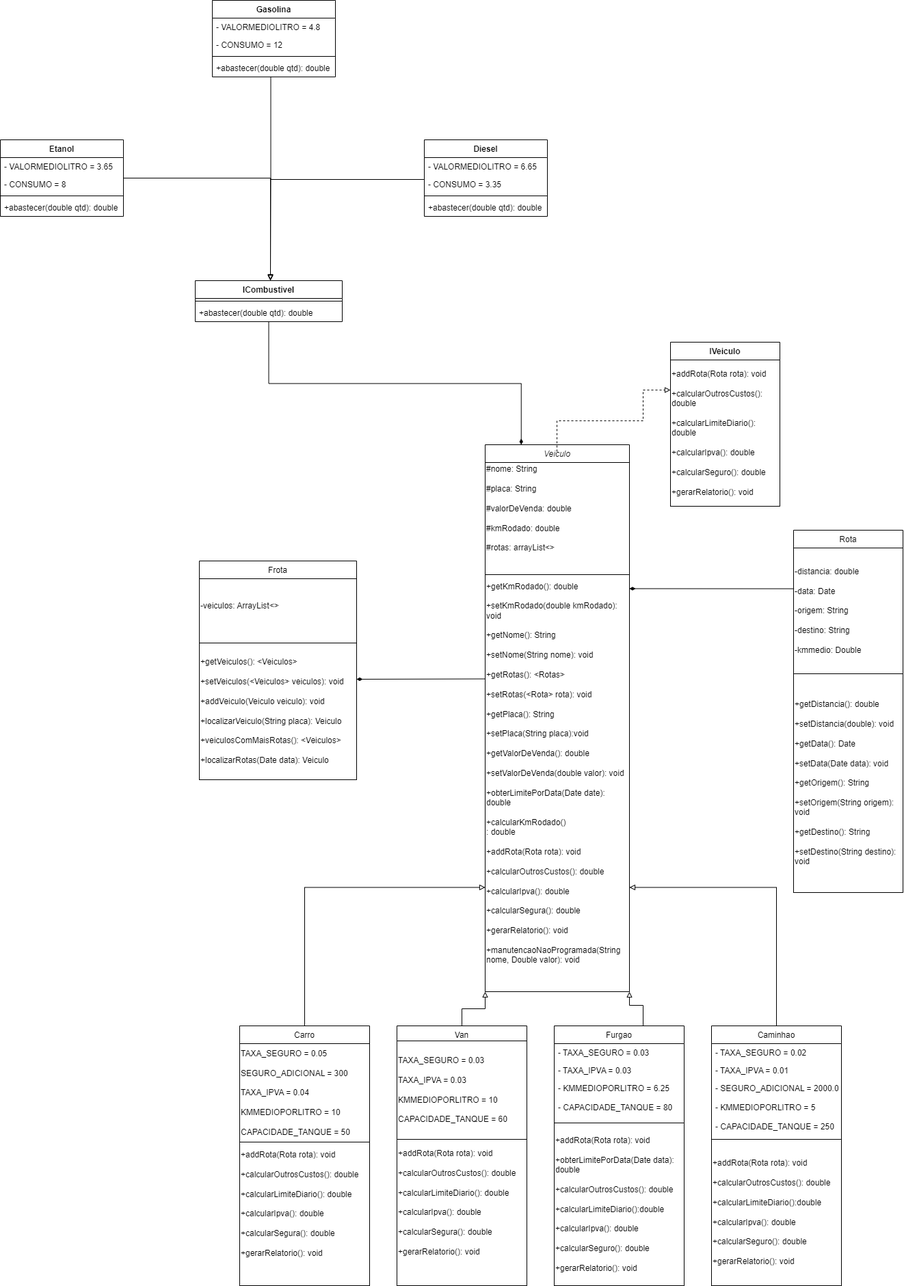
DisciplinasProgramacao/projetos-3-4-5-grupo-8 keeps this draw.io diagram as docs/diagramas/Diagrama de Classes 4.png. Above is the earlier version. Source tidied: cells renumbered, new cells last; positions are measured from the earlier drawing's top-left corner, leaving out a move shared by most shapes.
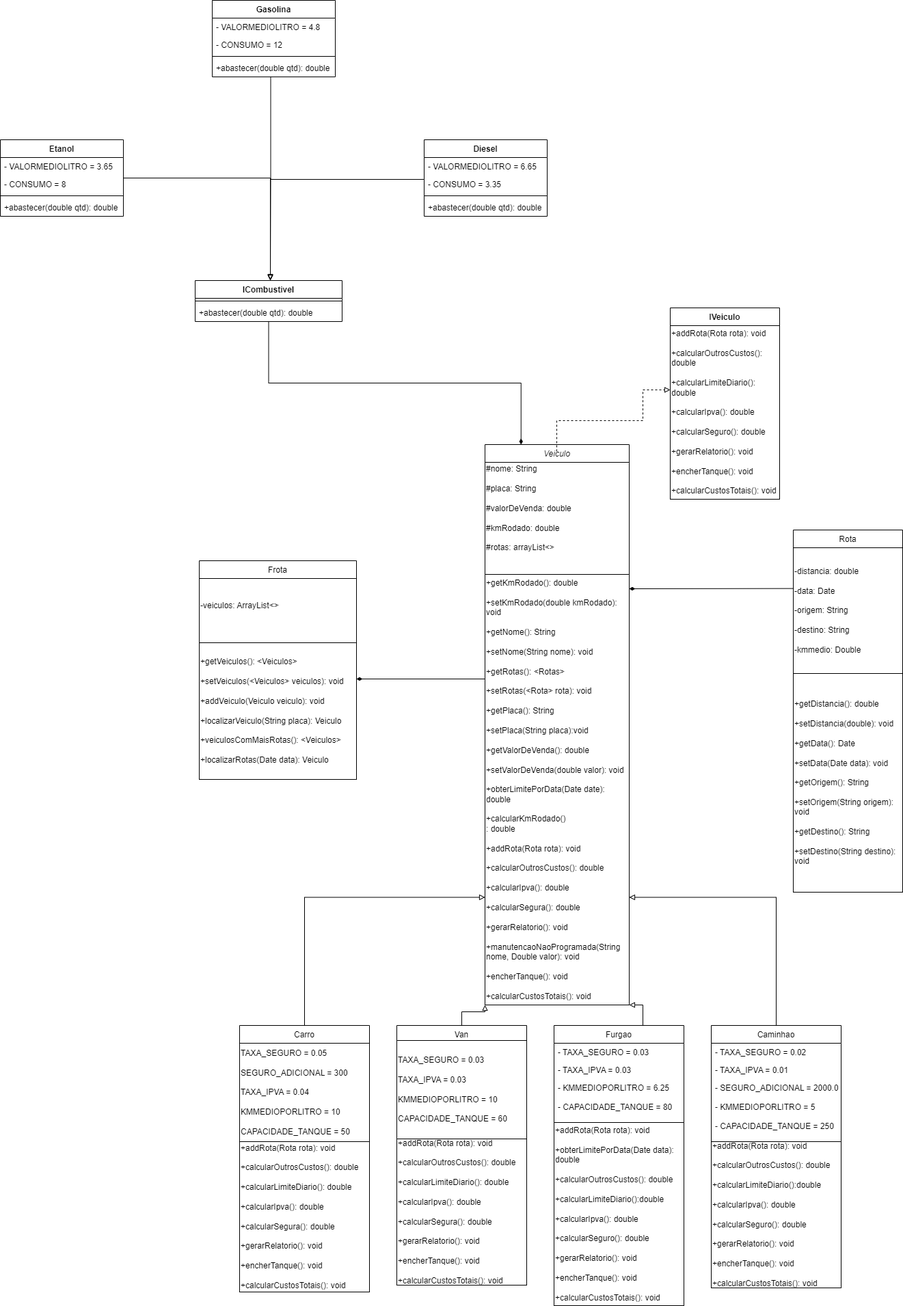
After the commit.

Commit message:
atualizando diagrama

The edit, as a diff of the source:
```diff
@@ -3,13 +3,13 @@
     <mxCell id="0" />
     <mxCell id="1" parent="0" />
     <mxCell id="2" value="Veiculo" style="swimlane;fontStyle=2;align=center;verticalAlign=top;horizontal=1;startSize=26;rounded=0;shadow=0;strokeWidth=1;" parent="1" vertex="1">
-      <mxGeometry x="709" y="650" width="211" height="800" as="geometry" />
+      <mxGeometry x="709" y="650" width="211" height="820" as="geometry" />
     </mxCell>
     <mxCell id="3" value="&lt;div&gt;#nome: String&lt;/div&gt;&lt;div&gt;&lt;br&gt;&lt;/div&gt;&lt;div&gt;#placa: String&lt;/div&gt;&lt;div&gt;&lt;br&gt;&lt;/div&gt;&lt;div&gt;#valorDeVenda: double&lt;/div&gt;&lt;div&gt;&lt;br&gt;&lt;/div&gt;&lt;div&gt;#kmRodado: double&lt;/div&gt;&lt;div&gt;&lt;br&gt;&lt;/div&gt;&lt;div&gt;#rotas: arrayList&amp;lt;&amp;gt;&lt;br&gt;&lt;/div&gt;&lt;div&gt;&lt;br&gt;&lt;/div&gt;&lt;div&gt;&lt;br&gt;&lt;/div&gt;" style="rounded=0;whiteSpace=wrap;html=1;align=left;" parent="2" vertex="1">
       <mxGeometry y="26" width="211" height="164" as="geometry" />
     </mxCell>
-    <mxCell id="4" value="&lt;div&gt;+getKmRodado(): double&lt;/div&gt;&lt;div&gt;&lt;br&gt;&lt;/div&gt;&lt;div&gt;+setKmRodado(double kmRodado): void&lt;/div&gt;&lt;div&gt;&lt;br&gt;&lt;/div&gt;&lt;div&gt;+getNome(): String&lt;/div&gt;&lt;div&gt;&lt;br&gt;&lt;/div&gt;&lt;div&gt;+setNome(String nome): void&lt;/div&gt;&lt;div&gt;&lt;br&gt;&lt;/div&gt;&lt;div&gt;+getRotas(): &amp;lt;Rotas&amp;gt;&lt;/div&gt;&lt;div&gt;&lt;br&gt;&lt;/div&gt;&lt;div&gt;+setRotas(&amp;lt;Rota&amp;gt; rota): void&lt;/div&gt;&lt;div&gt;&lt;br&gt;&lt;/div&gt;&lt;div&gt;+getPlaca(): String&lt;/div&gt;&lt;div&gt;&lt;br&gt;&lt;/div&gt;&lt;div&gt;+setPlaca(String placa):void&lt;/div&gt;&lt;div&gt;&lt;br&gt;&lt;/div&gt;&lt;div&gt;+getValorDeVenda(): double&lt;/div&gt;&lt;div&gt;&lt;br&gt;&lt;/div&gt;&lt;div&gt;+setValorDeVenda(double valor): void&lt;/div&gt;&lt;div&gt;&lt;br&gt;&lt;/div&gt;&lt;div&gt;+obterLimitePorData(Date date): double&lt;/div&gt;&lt;div&gt;&lt;br&gt;&lt;/div&gt;&lt;div&gt;+calcularKmRodado()&lt;br&gt;&lt;/div&gt;&lt;div&gt;: double&lt;/div&gt;&lt;div&gt;&lt;br&gt;&lt;/div&gt;&lt;div&gt;+addRota(Rota rota): void&lt;/div&gt;&lt;div&gt;&lt;br&gt;&lt;/div&gt;&lt;div&gt;+calcularOutrosCustos(): double&lt;/div&gt;&lt;div&gt;&lt;br&gt;&lt;/div&gt;&lt;div&gt;+calcularIpva(): double&lt;/div&gt;&lt;div&gt;&lt;br&gt;&lt;/div&gt;&lt;div&gt;+calcularSegura(): double&lt;/div&gt;&lt;div&gt;&lt;br&gt;&lt;/div&gt;&lt;div&gt;+gerarRelatorio(): void&lt;br&gt;&lt;/div&gt;&lt;div&gt;&lt;br&gt;&lt;/div&gt;&lt;div&gt;+manutencaoNaoProgramada(String nome, Double valor): void&amp;nbsp;&lt;/div&gt;&lt;div&gt;&lt;br&gt;&lt;/div&gt;&lt;div&gt;&lt;br&gt;&lt;/div&gt;" style="rounded=0;whiteSpace=wrap;html=1;align=left;" parent="2" vertex="1">
-      <mxGeometry y="190" width="211" height="610" as="geometry" />
+    <mxCell id="4" value="&lt;div&gt;+getKmRodado(): double&lt;/div&gt;&lt;div&gt;&lt;br&gt;&lt;/div&gt;&lt;div&gt;+setKmRodado(double kmRodado): void&lt;/div&gt;&lt;div&gt;&lt;br&gt;&lt;/div&gt;&lt;div&gt;+getNome(): String&lt;/div&gt;&lt;div&gt;&lt;br&gt;&lt;/div&gt;&lt;div&gt;+setNome(String nome): void&lt;/div&gt;&lt;div&gt;&lt;br&gt;&lt;/div&gt;&lt;div&gt;+getRotas(): &amp;lt;Rotas&amp;gt;&lt;/div&gt;&lt;div&gt;&lt;br&gt;&lt;/div&gt;&lt;div&gt;+setRotas(&amp;lt;Rota&amp;gt; rota): void&lt;/div&gt;&lt;div&gt;&lt;br&gt;&lt;/div&gt;&lt;div&gt;+getPlaca(): String&lt;/div&gt;&lt;div&gt;&lt;br&gt;&lt;/div&gt;&lt;div&gt;+setPlaca(String placa):void&lt;/div&gt;&lt;div&gt;&lt;br&gt;&lt;/div&gt;&lt;div&gt;+getValorDeVenda(): double&lt;/div&gt;&lt;div&gt;&lt;br&gt;&lt;/div&gt;&lt;div&gt;+setValorDeVenda(double valor): void&lt;/div&gt;&lt;div&gt;&lt;br&gt;&lt;/div&gt;&lt;div&gt;+obterLimitePorData(Date date): double&lt;/div&gt;&lt;div&gt;&lt;br&gt;&lt;/div&gt;&lt;div&gt;+calcularKmRodado()&lt;br&gt;&lt;/div&gt;&lt;div&gt;: double&lt;/div&gt;&lt;div&gt;&lt;br&gt;&lt;/div&gt;&lt;div&gt;+addRota(Rota rota): void&lt;/div&gt;&lt;div&gt;&lt;br&gt;&lt;/div&gt;&lt;div&gt;+calcularOutrosCustos(): double&lt;/div&gt;&lt;div&gt;&lt;br&gt;&lt;/div&gt;&lt;div&gt;+calcularIpva(): double&lt;/div&gt;&lt;div&gt;&lt;br&gt;&lt;/div&gt;&lt;div&gt;+calcularSegura(): double&lt;/div&gt;&lt;div&gt;&lt;br&gt;&lt;/div&gt;&lt;div&gt;+gerarRelatorio(): void&lt;br&gt;&lt;/div&gt;&lt;div&gt;&lt;br&gt;&lt;/div&gt;&lt;div&gt;+manutencaoNaoProgramada(String nome, Double valor): void&amp;nbsp;&lt;/div&gt;&lt;div&gt;&lt;br&gt;&lt;/div&gt;&lt;div&gt;+encherTanque(): void&lt;br&gt;&lt;/div&gt;&lt;div&gt;&lt;br&gt;&lt;/div&gt;&lt;div&gt;+calcularCustosTotais(): void&lt;br&gt;&lt;/div&gt;" style="rounded=0;whiteSpace=wrap;html=1;align=left;" parent="2" vertex="1">
+      <mxGeometry y="190" width="211" height="630" as="geometry" />
     </mxCell>
     <mxCell id="5" value="Rota" style="swimlane;fontStyle=0;align=center;verticalAlign=top;horizontal=1;startSize=26;rounded=0;shadow=0;strokeWidth=1;" parent="1" vertex="1">
       <mxGeometry x="1160" y="775" width="160" height="210" as="geometry" />
@@ -29,10 +29,10 @@
       <mxGeometry x="580" y="1500" width="190" height="52" as="geometry" />
     </mxCell>
     <mxCell id="10" value="IVeiculo" style="swimlane;fontStyle=1;align=center;verticalAlign=top;horizontal=1;startSize=26;fillColor=none;" parent="1" vertex="1">
-      <mxGeometry x="980" y="500" width="160" height="240" as="geometry" />
+      <mxGeometry x="980" y="450" width="160" height="280" as="geometry" />
     </mxCell>
-    <mxCell id="11" value="+addRota(Rota rota): void&lt;br&gt;&lt;div&gt;&amp;nbsp;&amp;nbsp;&amp;nbsp; &lt;br&gt;&lt;/div&gt;&lt;div&gt;+calcularOutrosCustos(): double&lt;br&gt;&lt;/div&gt;&lt;div&gt;&amp;nbsp;&amp;nbsp;&amp;nbsp; &lt;br&gt;&lt;/div&gt;&lt;div&gt;+calcularLimiteDiario(): double&lt;/div&gt;&lt;div&gt;&lt;br&gt;&lt;/div&gt;&lt;div&gt;+calcularIpva(): double&lt;/div&gt;&lt;div&gt;&lt;br&gt;&lt;/div&gt;&lt;div&gt;+calcularSeguro(): double&lt;/div&gt;&lt;div&gt;&lt;br&gt;&lt;/div&gt;+gerarRelatorio(): void" style="rounded=0;whiteSpace=wrap;html=1;fontSize=12;align=left;" parent="10" vertex="1">
-      <mxGeometry y="26" width="160" height="214" as="geometry" />
+    <mxCell id="11" value="+addRota(Rota rota): void&lt;br&gt;&lt;div&gt;&amp;nbsp;&amp;nbsp;&amp;nbsp; &lt;br&gt;&lt;/div&gt;&lt;div&gt;+calcularOutrosCustos(): double&lt;br&gt;&lt;/div&gt;&lt;div&gt;&amp;nbsp;&amp;nbsp;&amp;nbsp; &lt;br&gt;&lt;/div&gt;&lt;div&gt;+calcularLimiteDiario(): double&lt;/div&gt;&lt;div&gt;&lt;br&gt;&lt;/div&gt;&lt;div&gt;+calcularIpva(): double&lt;/div&gt;&lt;div&gt;&lt;br&gt;&lt;/div&gt;&lt;div&gt;+calcularSeguro(): double&lt;/div&gt;&lt;div&gt;&lt;br&gt;&lt;/div&gt;+gerarRelatorio(): void&lt;br&gt;&lt;br&gt;+encherTanque(): void&lt;br&gt;&lt;br&gt;+calcularCustosTotais(): void" style="rounded=0;whiteSpace=wrap;html=1;fontSize=12;align=left;" parent="10" vertex="1">
+      <mxGeometry y="26" width="160" height="254" as="geometry" />
     </mxCell>
     <mxCell id="12" value="Caminhao" style="swimlane;fontStyle=0;horizontal=1;startSize=26;fillColor=none;align=center;" parent="1" vertex="1">
       <mxGeometry x="1040" y="1500" width="190" height="170" as="geometry" />
@@ -64,22 +64,22 @@
     <mxCell id="21" value="- KMMEDIOPORLITRO = 6.25&#10;&#10;- CAPACIDADE_TANQUE = 80&#10;&#10;" style="text;strokeColor=none;fillColor=none;align=left;verticalAlign=top;spacingLeft=4;spacingRight=4;overflow=hidden;" parent="18" vertex="1">
       <mxGeometry y="78" width="190" height="64" as="geometry" />
     </mxCell>
-    <mxCell id="22" value="&lt;div&gt;+addRota(Rota rota): void&lt;/div&gt;&lt;div&gt;&lt;br&gt;&lt;/div&gt;&lt;div&gt;+calcularOutrosCustos(): double&lt;/div&gt;&lt;div&gt;&lt;br&gt;&lt;/div&gt;&lt;div&gt;+calcularLimiteDiario():double&lt;/div&gt;&lt;div&gt;&lt;br&gt;&lt;/div&gt;&lt;div&gt;+calcularIpva(): double&lt;/div&gt;&lt;div&gt;&lt;br&gt;&lt;/div&gt;&lt;div&gt;+calcularSeguro(): double&lt;/div&gt;&lt;div&gt;&lt;br&gt;&lt;/div&gt;&lt;div&gt;+gerarRelatorio(): void&lt;br&gt;&lt;/div&gt;" style="rounded=0;whiteSpace=wrap;html=1;align=left;" parent="1" vertex="1">
-      <mxGeometry x="1040" y="1666" width="190" height="214" as="geometry" />
+    <mxCell id="22" value="&lt;div&gt;+addRota(Rota rota): void&lt;/div&gt;&lt;div&gt;&lt;br&gt;&lt;/div&gt;&lt;div&gt;+calcularOutrosCustos(): double&lt;/div&gt;&lt;div&gt;&lt;br&gt;&lt;/div&gt;&lt;div&gt;+calcularLimiteDiario():double&lt;/div&gt;&lt;div&gt;&lt;br&gt;&lt;/div&gt;&lt;div&gt;+calcularIpva(): double&lt;/div&gt;&lt;div&gt;&lt;br&gt;&lt;/div&gt;&lt;div&gt;+calcularSeguro(): double&lt;/div&gt;&lt;div&gt;&lt;br&gt;&lt;/div&gt;&lt;div&gt;+gerarRelatorio(): void&lt;br&gt;&lt;/div&gt;&lt;div&gt;&lt;br&gt;&lt;/div&gt;&lt;div&gt;+encherTanque(): void&lt;br&gt;&lt;/div&gt;&lt;div&gt;&lt;br&gt;&lt;/div&gt;&lt;div&gt;+calcularCustosTotais(): void&lt;br&gt;&lt;/div&gt;" style="rounded=0;whiteSpace=wrap;html=1;align=left;" parent="1" vertex="1">
+      <mxGeometry x="1040" y="1670" width="190" height="214" as="geometry" />
     </mxCell>
-    <mxCell id="23" value="&lt;div&gt;+addRota(Rota rota): void&lt;/div&gt;&lt;div&gt;&lt;br&gt;&lt;/div&gt;&lt;div&gt;+obterLimitePorData(Date data): double&lt;br&gt;&lt;/div&gt;&lt;div&gt;&lt;br&gt;&lt;/div&gt;&lt;div&gt;+calcularOutrosCustos(): double&lt;/div&gt;&lt;div&gt;&lt;br&gt;&lt;/div&gt;&lt;div&gt;+calcularLimiteDiario():double&lt;/div&gt;&lt;div&gt;&lt;br&gt;&lt;/div&gt;&lt;div&gt;+calcularIpva(): double&lt;/div&gt;&lt;div&gt;&lt;br&gt;&lt;/div&gt;&lt;div&gt;+calcularSeguro(): double&lt;/div&gt;&lt;div&gt;&lt;br&gt;&lt;/div&gt;&lt;div&gt;+gerarRelatorio(): void&lt;/div&gt;" style="rounded=0;whiteSpace=wrap;html=1;align=left;" parent="1" vertex="1">
-      <mxGeometry x="810" y="1642" width="190" height="238" as="geometry" />
+    <mxCell id="23" value="&lt;div&gt;+addRota(Rota rota): void&lt;/div&gt;&lt;div&gt;&lt;br&gt;&lt;/div&gt;&lt;div&gt;+obterLimitePorData(Date data): double&lt;br&gt;&lt;/div&gt;&lt;div&gt;&lt;br&gt;&lt;/div&gt;&lt;div&gt;+calcularOutrosCustos(): double&lt;/div&gt;&lt;div&gt;&lt;br&gt;&lt;/div&gt;&lt;div&gt;+calcularLimiteDiario():double&lt;/div&gt;&lt;div&gt;&lt;br&gt;&lt;/div&gt;&lt;div&gt;+calcularIpva(): double&lt;/div&gt;&lt;div&gt;&lt;br&gt;&lt;/div&gt;&lt;div&gt;+calcularSeguro(): double&lt;/div&gt;&lt;div&gt;&lt;br&gt;&lt;/div&gt;&lt;div&gt;+gerarRelatorio(): void&lt;/div&gt;&lt;div&gt;&lt;br&gt;&lt;/div&gt;&lt;div&gt;+encherTanque(): void&lt;br&gt;&lt;/div&gt;&lt;div&gt;&lt;br&gt;&lt;/div&gt;&lt;div&gt;+calcularCustosTotais(): void&lt;br&gt;&lt;/div&gt;" style="rounded=0;whiteSpace=wrap;html=1;align=left;" parent="1" vertex="1">
+      <mxGeometry x="810" y="1642" width="190" height="268" as="geometry" />
     </mxCell>
     <mxCell id="24" value="&lt;div&gt;TAXA_SEGURO = 0.05&lt;/div&gt;&lt;div&gt;&lt;br&gt;&lt;/div&gt;&lt;div&gt;SEGURO_ADICIONAL = 300&lt;/div&gt;&lt;div&gt;&lt;br&gt;&lt;/div&gt;&lt;div&gt;TAXA_IPVA = 0.04&lt;/div&gt;&lt;div&gt;&lt;br&gt;&lt;/div&gt;&lt;div&gt;KMMEDIOPORLITRO = 10&lt;br&gt;&lt;/div&gt;&lt;div&gt;&lt;br&gt;&lt;/div&gt;&lt;div&gt;CAPACIDADE_TANQUE = 50&lt;br&gt;&lt;/div&gt;" style="rounded=0;whiteSpace=wrap;html=1;align=left;" parent="1" vertex="1">
       <mxGeometry x="350" y="1526" width="190" height="144" as="geometry" />
     </mxCell>
-    <mxCell id="25" value="&lt;div&gt;+addRota(Rota rota): void&lt;/div&gt;&lt;div&gt;&lt;br&gt;&lt;/div&gt;&lt;div&gt;+calcularOutrosCustos(): double&lt;/div&gt;&lt;div&gt;&lt;br&gt;&lt;/div&gt;&lt;div&gt;+calcularLimiteDiario(): double&lt;/div&gt;&lt;div&gt;&lt;br&gt;&lt;/div&gt;&lt;div&gt;+calcularIpva(): double&lt;/div&gt;&lt;div&gt;&lt;br&gt;&lt;/div&gt;&lt;div&gt;+calcularSegura(): double&lt;/div&gt;&lt;div&gt;&lt;br&gt;&lt;/div&gt;&lt;div&gt;+gerarRelatorio(): void&lt;br&gt;&lt;/div&gt;&lt;div&gt;&lt;br&gt;&lt;/div&gt;&lt;div&gt;&lt;br&gt;&lt;/div&gt;" style="rounded=0;whiteSpace=wrap;html=1;align=left;" parent="1" vertex="1">
-      <mxGeometry x="350" y="1670" width="190" height="210" as="geometry" />
+    <mxCell id="25" value="&lt;div&gt;+addRota(Rota rota): void&lt;/div&gt;&lt;div&gt;&lt;br&gt;&lt;/div&gt;&lt;div&gt;+calcularOutrosCustos(): double&lt;/div&gt;&lt;div&gt;&lt;br&gt;&lt;/div&gt;&lt;div&gt;+calcularLimiteDiario(): double&lt;/div&gt;&lt;div&gt;&lt;br&gt;&lt;/div&gt;&lt;div&gt;+calcularIpva(): double&lt;/div&gt;&lt;div&gt;&lt;br&gt;&lt;/div&gt;&lt;div&gt;+calcularSegura(): double&lt;/div&gt;&lt;div&gt;&lt;br&gt;&lt;/div&gt;&lt;div&gt;+gerarRelatorio(): void&lt;br&gt;&lt;/div&gt;&lt;div&gt;&lt;br&gt;&lt;/div&gt;&lt;div&gt;+encherTanque(): void&lt;br&gt;&lt;/div&gt;&lt;div&gt;&lt;br&gt;&lt;/div&gt;&lt;div&gt;+calcularCustosTotais(): void&lt;br&gt;&lt;/div&gt;" style="rounded=0;whiteSpace=wrap;html=1;align=left;" parent="1" vertex="1">
+      <mxGeometry x="350" y="1670" width="190" height="220" as="geometry" />
     </mxCell>
     <mxCell id="26" value="&lt;div&gt;TAXA_SEGURO = 0.03&lt;/div&gt;&lt;div&gt;&lt;br&gt;&lt;/div&gt;&lt;div&gt;TAXA_IPVA = 0.03&lt;/div&gt;&lt;div&gt;&lt;br&gt;&lt;/div&gt;&lt;div&gt;KMMEDIOPORLITRO = 10&lt;br&gt;&lt;/div&gt;&lt;div&gt;&lt;br&gt;&lt;/div&gt;&lt;div&gt;CAPACIDADE_TANQUE = 60&lt;br&gt;&lt;/div&gt;" style="rounded=0;whiteSpace=wrap;html=1;align=left;" parent="1" vertex="1">
       <mxGeometry x="580" y="1522" width="190" height="144" as="geometry" />
     </mxCell>
-    <mxCell id="27" value="&lt;div&gt;+addRota(Rota rota): void&lt;/div&gt;&lt;div&gt;&lt;br&gt;&lt;/div&gt;&lt;div&gt;+calcularOutrosCustos(): double&lt;/div&gt;&lt;div&gt;&lt;br&gt;&lt;/div&gt;&lt;div&gt;+calcularLimiteDiario(): double&lt;/div&gt;&lt;div&gt;&lt;br&gt;&lt;/div&gt;&lt;div&gt;+calcularIpva(): double&lt;/div&gt;&lt;div&gt;&lt;br&gt;&lt;/div&gt;&lt;div&gt;+calcularSegura(): double&lt;/div&gt;&lt;div&gt;&lt;br&gt;&lt;/div&gt;&lt;div&gt;+gerarRelatorio(): void&lt;br&gt;&lt;/div&gt;&lt;div&gt;&lt;br&gt;&lt;/div&gt;&lt;div&gt;&lt;br&gt;&lt;/div&gt;" style="rounded=0;whiteSpace=wrap;html=1;align=left;" parent="1" vertex="1">
+    <mxCell id="27" value="&lt;div&gt;+addRota(Rota rota): void&lt;/div&gt;&lt;div&gt;&lt;br&gt;&lt;/div&gt;&lt;div&gt;+calcularOutrosCustos(): double&lt;/div&gt;&lt;div&gt;&lt;br&gt;&lt;/div&gt;&lt;div&gt;+calcularLimiteDiario(): double&lt;/div&gt;&lt;div&gt;&lt;br&gt;&lt;/div&gt;&lt;div&gt;+calcularIpva(): double&lt;/div&gt;&lt;div&gt;&lt;br&gt;&lt;/div&gt;&lt;div&gt;+calcularSegura(): double&lt;/div&gt;&lt;div&gt;&lt;br&gt;&lt;/div&gt;&lt;div&gt;+gerarRelatorio(): void&lt;br&gt;&lt;/div&gt;&lt;div&gt;&lt;br&gt;&lt;/div&gt;&lt;div&gt;+encherTanque(): void&lt;br&gt;&lt;/div&gt;&lt;div&gt;&lt;br&gt;&lt;/div&gt;&lt;div&gt;+calcularCustosTotais(): void&lt;br&gt;&lt;/div&gt;" style="rounded=0;whiteSpace=wrap;html=1;align=left;" parent="1" vertex="1">
       <mxGeometry x="580" y="1666" width="190" height="214" as="geometry" />
     </mxCell>
     <mxCell id="28" style="edgeStyle=orthogonalEdgeStyle;rounded=0;jettySize=auto;html=1;exitX=0.5;exitY=0;exitDx=0;exitDy=0;entryX=0;entryY=0.75;entryDx=0;entryDy=0;endArrow=block;endFill=0;align=left;" parent="1" edge="1" source="8" target="4">
```
